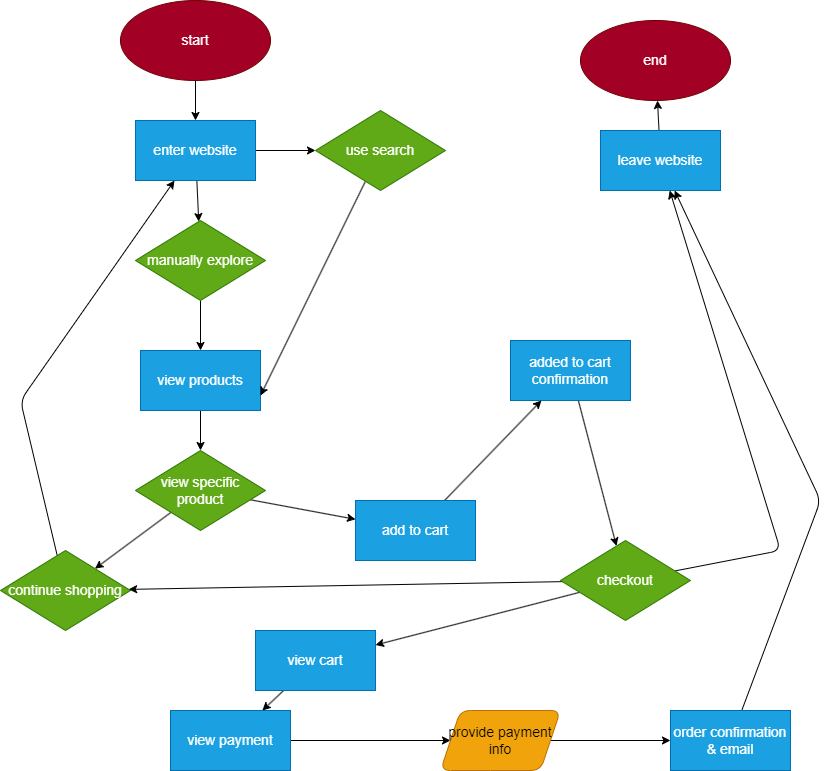
LiamMohler/sp24-cse110-lab4 keeps this draw.io diagram as explore/diagramming/diagram.drawio.png. Above is the earlier version. Source tidied: cells renumbered, new cells last; positions are measured from the earlier drawing's top-left corner, leaving out a move shared by most shapes. Source of this version:
```xml
<mxGraphModel>
  <root>
    <mxCell id="0" />
    <mxCell id="1" parent="0" />
    <mxCell id="2" style="edgeStyle=none;html=1;fontSize=14;" parent="1" edge="1" source="4" target="8">
      <mxGeometry relative="1" as="geometry" />
    </mxCell>
    <mxCell id="3" style="edgeStyle=none;html=1;fontSize=14;" parent="1" edge="1" source="4" target="12">
      <mxGeometry relative="1" as="geometry" />
    </mxCell>
    <mxCell id="4" value="enter website" style="whiteSpace=wrap;html=1;rounded=0;shadow=0;sketch=0;fontSize=14;fillColor=#1ba1e2;fontColor=#ffffff;strokeColor=#006EAF;" parent="1" vertex="1">
      <mxGeometry x="135" y="120" width="120" height="60" as="geometry" />
    </mxCell>
    <mxCell id="5" style="edgeStyle=none;html=1;fontSize=14;" parent="1" edge="1" source="6" target="4">
      <mxGeometry relative="1" as="geometry" />
    </mxCell>
    <mxCell id="6" value="start" style="ellipse;whiteSpace=wrap;html=1;rounded=0;shadow=0;sketch=0;fontSize=14;fillColor=#a20025;fontColor=#ffffff;strokeColor=#6F0000;" parent="1" vertex="1">
      <mxGeometry x="120" width="150" height="80" as="geometry" />
    </mxCell>
    <mxCell id="7" style="edgeStyle=none;html=1;fontSize=14;" parent="1" edge="1" source="8" target="10">
      <mxGeometry relative="1" as="geometry" />
    </mxCell>
    <mxCell id="8" value="manually explore" style="rhombus;whiteSpace=wrap;html=1;rounded=0;shadow=0;sketch=0;fontSize=14;fillColor=#60a917;fontColor=#ffffff;strokeColor=#2D7600;" parent="1" vertex="1">
      <mxGeometry x="135" y="220" width="130" height="80" as="geometry" />
    </mxCell>
    <mxCell id="9" style="edgeStyle=none;html=1;fontSize=14;" parent="1" edge="1" source="10" target="15">
      <mxGeometry relative="1" as="geometry" />
    </mxCell>
    <mxCell id="10" value="view products" style="whiteSpace=wrap;html=1;rounded=0;shadow=0;sketch=0;fontSize=14;fillColor=#1ba1e2;fontColor=#ffffff;strokeColor=#006EAF;" parent="1" vertex="1">
      <mxGeometry x="140" y="350" width="120" height="60" as="geometry" />
    </mxCell>
    <mxCell id="11" style="edgeStyle=none;html=1;entryX=1;entryY=0.75;entryDx=0;entryDy=0;fontSize=14;" parent="1" edge="1" source="12" target="10">
      <mxGeometry relative="1" as="geometry" />
    </mxCell>
    <mxCell id="12" value="use search" style="rhombus;whiteSpace=wrap;html=1;rounded=0;shadow=0;sketch=0;fontSize=14;fillColor=#60a917;fontColor=#ffffff;strokeColor=#2D7600;" parent="1" vertex="1">
      <mxGeometry x="315" y="110" width="130" height="80" as="geometry" />
    </mxCell>
    <mxCell id="13" style="edgeStyle=none;html=1;fontSize=14;" parent="1" edge="1" source="15" target="17">
      <mxGeometry relative="1" as="geometry" />
    </mxCell>
    <mxCell id="14" style="edgeStyle=none;html=1;fontSize=14;" parent="1" edge="1" source="15" target="34">
      <mxGeometry relative="1" as="geometry" />
    </mxCell>
    <mxCell id="15" value="view specific product" style="rhombus;whiteSpace=wrap;html=1;rounded=0;shadow=0;sketch=0;fontSize=14;fillColor=#60a917;fontColor=#ffffff;strokeColor=#2D7600;" parent="1" vertex="1">
      <mxGeometry x="135" y="450" width="130" height="80" as="geometry" />
    </mxCell>
    <mxCell id="16" style="edgeStyle=none;html=1;fontSize=14;" parent="1" edge="1" source="17" target="4">
      <mxGeometry relative="1" as="geometry">
        <Array as="points">
          <mxPoint x="20" y="400" />
        </Array>
      </mxGeometry>
    </mxCell>
    <mxCell id="17" value="continue shopping" style="rhombus;whiteSpace=wrap;html=1;rounded=0;shadow=0;sketch=0;fontSize=14;fillColor=#60a917;fontColor=#ffffff;strokeColor=#2D7600;" parent="1" vertex="1">
      <mxGeometry y="550" width="130" height="80" as="geometry" />
    </mxCell>
    <mxCell id="18" style="edgeStyle=none;html=1;fontSize=14;" parent="1" edge="1" source="19" target="21">
      <mxGeometry relative="1" as="geometry" />
    </mxCell>
    <mxCell id="19" value="view payment" style="whiteSpace=wrap;html=1;rounded=0;shadow=0;sketch=0;fontSize=14;fillColor=#1ba1e2;fontColor=#ffffff;strokeColor=#006EAF;" parent="1" vertex="1">
      <mxGeometry x="170" y="710" width="120" height="60" as="geometry" />
    </mxCell>
    <mxCell id="20" style="edgeStyle=none;html=1;fontSize=14;" parent="1" edge="1" source="21" target="30">
      <mxGeometry relative="1" as="geometry" />
    </mxCell>
    <mxCell id="21" value="provide payment info" style="shape=parallelogram;perimeter=parallelogramPerimeter;whiteSpace=wrap;html=1;fixedSize=1;rounded=1;shadow=0;sketch=0;fontSize=14;fillColor=#f0a30a;fontColor=#000000;strokeColor=#BD7000;" parent="1" vertex="1">
      <mxGeometry x="440" y="710" width="120" height="60" as="geometry" />
    </mxCell>
    <mxCell id="22" style="edgeStyle=none;html=1;fontSize=14;" parent="1" edge="1" source="23" target="24">
      <mxGeometry relative="1" as="geometry" />
    </mxCell>
    <mxCell id="23" value="leave website" style="whiteSpace=wrap;html=1;rounded=0;shadow=0;sketch=0;fontSize=14;fillColor=#1ba1e2;fontColor=#ffffff;strokeColor=#006EAF;" parent="1" vertex="1">
      <mxGeometry x="600" y="130" width="120" height="60" as="geometry" />
    </mxCell>
    <mxCell id="24" value="end" style="ellipse;whiteSpace=wrap;html=1;rounded=0;shadow=0;sketch=0;fontSize=14;fillColor=#a20025;fontColor=#ffffff;strokeColor=#6F0000;" parent="1" vertex="1">
      <mxGeometry x="580" y="20" width="150" height="80" as="geometry" />
    </mxCell>
    <mxCell id="25" style="edgeStyle=none;html=1;fontSize=14;" parent="1" edge="1" source="28" target="23">
      <mxGeometry relative="1" as="geometry">
        <Array as="points">
          <mxPoint x="780" y="550" />
        </Array>
      </mxGeometry>
    </mxCell>
    <mxCell id="26" style="edgeStyle=none;html=1;fontSize=14;" parent="1" edge="1" source="28" target="17">
      <mxGeometry relative="1" as="geometry" />
    </mxCell>
    <mxCell id="27" style="edgeStyle=none;html=1;fontSize=14;" parent="1" edge="1" source="28" target="36">
      <mxGeometry relative="1" as="geometry" />
    </mxCell>
    <mxCell id="28" value="checkout" style="rhombus;whiteSpace=wrap;html=1;rounded=0;shadow=0;sketch=0;fontSize=14;fillColor=#60a917;fontColor=#ffffff;strokeColor=#2D7600;" parent="1" vertex="1">
      <mxGeometry x="560" y="540" width="130" height="80" as="geometry" />
    </mxCell>
    <mxCell id="29" style="edgeStyle=none;html=1;fontSize=14;" parent="1" edge="1" source="30" target="23">
      <mxGeometry relative="1" as="geometry">
        <Array as="points">
          <mxPoint x="820" y="500" />
        </Array>
      </mxGeometry>
    </mxCell>
    <mxCell id="30" value="order confirmation &amp;amp; email" style="whiteSpace=wrap;html=1;rounded=0;shadow=0;sketch=0;fontSize=14;fillColor=#1ba1e2;fontColor=#ffffff;strokeColor=#006EAF;" parent="1" vertex="1">
      <mxGeometry x="670" y="710" width="120" height="60" as="geometry" />
    </mxCell>
    <mxCell id="31" style="edgeStyle=none;html=1;fontSize=14;" parent="1" edge="1" source="32" target="28">
      <mxGeometry relative="1" as="geometry" />
    </mxCell>
    <mxCell id="32" value="added to cart confirmation" style="whiteSpace=wrap;html=1;rounded=0;shadow=0;sketch=0;fontSize=14;fillColor=#1ba1e2;fontColor=#ffffff;strokeColor=#006EAF;" parent="1" vertex="1">
      <mxGeometry x="510" y="340" width="120" height="60" as="geometry" />
    </mxCell>
    <mxCell id="33" style="edgeStyle=none;html=1;fontSize=14;" parent="1" edge="1" source="34" target="32">
      <mxGeometry relative="1" as="geometry" />
    </mxCell>
    <mxCell id="34" value="add to cart" style="whiteSpace=wrap;html=1;rounded=0;shadow=0;sketch=0;fontSize=14;fillColor=#1ba1e2;fontColor=#ffffff;strokeColor=#006EAF;" parent="1" vertex="1">
      <mxGeometry x="355" y="500" width="120" height="60" as="geometry" />
    </mxCell>
    <mxCell id="35" style="edgeStyle=none;html=1;fontSize=14;" parent="1" edge="1" source="36" target="19">
      <mxGeometry relative="1" as="geometry" />
    </mxCell>
    <mxCell id="36" value="view cart" style="whiteSpace=wrap;html=1;rounded=0;shadow=0;sketch=0;fontSize=14;fillColor=#1ba1e2;fontColor=#ffffff;strokeColor=#006EAF;" parent="1" vertex="1">
      <mxGeometry x="255" y="630" width="120" height="60" as="geometry" />
    </mxCell>
  </root>
</mxGraphModel>
```
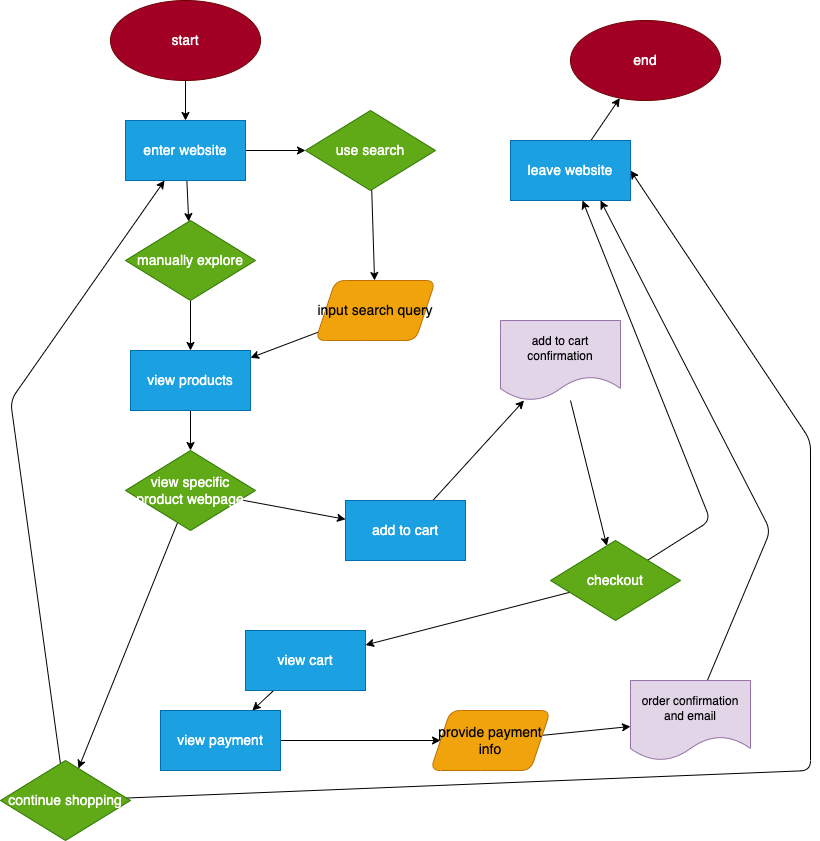
Above is the later version.

What changed in the source:
```diff
@@ -29,9 +29,9 @@
     <mxCell id="10" value="view products" style="whiteSpace=wrap;html=1;rounded=0;shadow=0;sketch=0;fontSize=14;fillColor=#1ba1e2;fontColor=#ffffff;strokeColor=#006EAF;" parent="1" vertex="1">
       <mxGeometry x="140" y="350" width="120" height="60" as="geometry" />
     </mxCell>
-    <mxCell id="11" style="edgeStyle=none;html=1;entryX=1;entryY=0.75;entryDx=0;entryDy=0;fontSize=14;" parent="1" edge="1" source="12" target="10">
-      <mxGeometry relative="1" as="geometry" />
-    </mxCell>
+    <mxCell id="37" style="edgeStyle=none;html=1;" parent="1" edge="1" source="12" target="42">
+      <mxGeometry relative="1" as="geometry" />
+    </mxCell>
     <mxCell id="12" value="use search" style="rhombus;whiteSpace=wrap;html=1;rounded=0;shadow=0;sketch=0;fontSize=14;fillColor=#60a917;fontColor=#ffffff;strokeColor=#2D7600;" parent="1" vertex="1">
       <mxGeometry x="315" y="110" width="130" height="80" as="geometry" />
     </mxCell>
@@ -41,7 +41,7 @@
     <mxCell id="14" style="edgeStyle=none;html=1;fontSize=14;" parent="1" edge="1" source="15" target="34">
       <mxGeometry relative="1" as="geometry" />
     </mxCell>
-    <mxCell id="15" value="view specific product" style="rhombus;whiteSpace=wrap;html=1;rounded=0;shadow=0;sketch=0;fontSize=14;fillColor=#60a917;fontColor=#ffffff;strokeColor=#2D7600;" parent="1" vertex="1">
+    <mxCell id="15" value="view specific product webpage" style="rhombus;whiteSpace=wrap;html=1;rounded=0;shadow=0;sketch=0;fontSize=14;fillColor=#60a917;fontColor=#ffffff;strokeColor=#2D7600;" parent="1" vertex="1">
       <mxGeometry x="135" y="450" width="130" height="80" as="geometry" />
     </mxCell>
     <mxCell id="16" style="edgeStyle=none;html=1;fontSize=14;" parent="1" edge="1" source="17" target="4">
@@ -51,8 +51,16 @@
         </Array>
       </mxGeometry>
     </mxCell>
+    <mxCell id="38" style="edgeStyle=none;html=1;entryX=1;entryY=0.5;entryDx=0;entryDy=0;" parent="1" edge="1" source="17" target="23">
+      <mxGeometry relative="1" as="geometry">
+        <Array as="points">
+          <mxPoint x="820" y="770" />
+          <mxPoint x="820" y="440" />
+        </Array>
+      </mxGeometry>
+    </mxCell>
     <mxCell id="17" value="continue shopping" style="rhombus;whiteSpace=wrap;html=1;rounded=0;shadow=0;sketch=0;fontSize=14;fillColor=#60a917;fontColor=#ffffff;strokeColor=#2D7600;" parent="1" vertex="1">
-      <mxGeometry y="550" width="130" height="80" as="geometry" />
+      <mxGeometry x="10" y="760" width="130" height="80" as="geometry" />
     </mxCell>
     <mxCell id="18" style="edgeStyle=none;html=1;fontSize=14;" parent="1" edge="1" source="19" target="21">
       <mxGeometry relative="1" as="geometry" />
@@ -60,9 +68,9 @@
     <mxCell id="19" value="view payment" style="whiteSpace=wrap;html=1;rounded=0;shadow=0;sketch=0;fontSize=14;fillColor=#1ba1e2;fontColor=#ffffff;strokeColor=#006EAF;" parent="1" vertex="1">
       <mxGeometry x="170" y="710" width="120" height="60" as="geometry" />
     </mxCell>
-    <mxCell id="20" style="edgeStyle=none;html=1;fontSize=14;" parent="1" edge="1" source="21" target="30">
-      <mxGeometry relative="1" as="geometry" />
-    </mxCell>
+    <mxCell id="39" style="edgeStyle=none;html=1;" parent="1" edge="1" source="21" target="46">
+      <mxGeometry relative="1" as="geometry" />
+    </mxCell>
     <mxCell id="21" value="provide payment info" style="shape=parallelogram;perimeter=parallelogramPerimeter;whiteSpace=wrap;html=1;fixedSize=1;rounded=1;shadow=0;sketch=0;fontSize=14;fillColor=#f0a30a;fontColor=#000000;strokeColor=#BD7000;" parent="1" vertex="1">
       <mxGeometry x="440" y="710" width="120" height="60" as="geometry" />
     </mxCell>
@@ -70,7 +78,7 @@
       <mxGeometry relative="1" as="geometry" />
     </mxCell>
     <mxCell id="23" value="leave website" style="whiteSpace=wrap;html=1;rounded=0;shadow=0;sketch=0;fontSize=14;fillColor=#1ba1e2;fontColor=#ffffff;strokeColor=#006EAF;" parent="1" vertex="1">
-      <mxGeometry x="600" y="130" width="120" height="60" as="geometry" />
+      <mxGeometry x="520" y="140" width="120" height="60" as="geometry" />
     </mxCell>
     <mxCell id="24" value="end" style="ellipse;whiteSpace=wrap;html=1;rounded=0;shadow=0;sketch=0;fontSize=14;fillColor=#a20025;fontColor=#ffffff;strokeColor=#6F0000;" parent="1" vertex="1">
       <mxGeometry x="580" y="20" width="150" height="80" as="geometry" />
@@ -78,38 +86,19 @@
     <mxCell id="25" style="edgeStyle=none;html=1;fontSize=14;" parent="1" edge="1" source="28" target="23">
       <mxGeometry relative="1" as="geometry">
         <Array as="points">
-          <mxPoint x="780" y="550" />
+          <mxPoint x="720" y="520" />
         </Array>
       </mxGeometry>
     </mxCell>
-    <mxCell id="26" style="edgeStyle=none;html=1;fontSize=14;" parent="1" edge="1" source="28" target="17">
-      <mxGeometry relative="1" as="geometry" />
-    </mxCell>
     <mxCell id="27" style="edgeStyle=none;html=1;fontSize=14;" parent="1" edge="1" source="28" target="36">
       <mxGeometry relative="1" as="geometry" />
     </mxCell>
     <mxCell id="28" value="checkout" style="rhombus;whiteSpace=wrap;html=1;rounded=0;shadow=0;sketch=0;fontSize=14;fillColor=#60a917;fontColor=#ffffff;strokeColor=#2D7600;" parent="1" vertex="1">
       <mxGeometry x="560" y="540" width="130" height="80" as="geometry" />
     </mxCell>
-    <mxCell id="29" style="edgeStyle=none;html=1;fontSize=14;" parent="1" edge="1" source="30" target="23">
-      <mxGeometry relative="1" as="geometry">
-        <Array as="points">
-          <mxPoint x="820" y="500" />
-        </Array>
-      </mxGeometry>
-    </mxCell>
-    <mxCell id="30" value="order confirmation &amp;amp; email" style="whiteSpace=wrap;html=1;rounded=0;shadow=0;sketch=0;fontSize=14;fillColor=#1ba1e2;fontColor=#ffffff;strokeColor=#006EAF;" parent="1" vertex="1">
-      <mxGeometry x="670" y="710" width="120" height="60" as="geometry" />
-    </mxCell>
-    <mxCell id="31" style="edgeStyle=none;html=1;fontSize=14;" parent="1" edge="1" source="32" target="28">
-      <mxGeometry relative="1" as="geometry" />
-    </mxCell>
-    <mxCell id="32" value="added to cart confirmation" style="whiteSpace=wrap;html=1;rounded=0;shadow=0;sketch=0;fontSize=14;fillColor=#1ba1e2;fontColor=#ffffff;strokeColor=#006EAF;" parent="1" vertex="1">
-      <mxGeometry x="510" y="340" width="120" height="60" as="geometry" />
-    </mxCell>
-    <mxCell id="33" style="edgeStyle=none;html=1;fontSize=14;" parent="1" edge="1" source="34" target="32">
-      <mxGeometry relative="1" as="geometry" />
-    </mxCell>
+    <mxCell id="40" style="edgeStyle=none;html=1;" parent="1" edge="1" source="34" target="44">
+      <mxGeometry relative="1" as="geometry" />
+    </mxCell>
     <mxCell id="34" value="add to cart" style="whiteSpace=wrap;html=1;rounded=0;shadow=0;sketch=0;fontSize=14;fillColor=#1ba1e2;fontColor=#ffffff;strokeColor=#006EAF;" parent="1" vertex="1">
       <mxGeometry x="355" y="500" width="120" height="60" as="geometry" />
     </mxCell>
@@ -119,5 +108,27 @@
     <mxCell id="36" value="view cart" style="whiteSpace=wrap;html=1;rounded=0;shadow=0;sketch=0;fontSize=14;fillColor=#1ba1e2;fontColor=#ffffff;strokeColor=#006EAF;" parent="1" vertex="1">
       <mxGeometry x="255" y="630" width="120" height="60" as="geometry" />
     </mxCell>
+    <mxCell id="41" style="edgeStyle=none;html=1;" parent="1" edge="1" source="42" target="10">
+      <mxGeometry relative="1" as="geometry" />
+    </mxCell>
+    <mxCell id="42" value="input search query" style="shape=parallelogram;perimeter=parallelogramPerimeter;whiteSpace=wrap;html=1;fixedSize=1;rounded=1;shadow=0;sketch=0;fontSize=14;fillColor=#f0a30a;fontColor=#000000;strokeColor=#BD7000;" parent="1" vertex="1">
+      <mxGeometry x="325" y="280" width="120" height="60" as="geometry" />
+    </mxCell>
+    <mxCell id="43" style="edgeStyle=none;html=1;" parent="1" edge="1" source="44" target="28">
+      <mxGeometry relative="1" as="geometry" />
+    </mxCell>
+    <mxCell id="44" value="add to cart confirmation" style="shape=document;whiteSpace=wrap;html=1;boundedLbl=1;fillColor=#e1d5e7;strokeColor=#9673a6;" parent="1" vertex="1">
+      <mxGeometry x="510" y="320" width="120" height="80" as="geometry" />
+    </mxCell>
+    <mxCell id="45" style="edgeStyle=none;html=1;entryX=0.75;entryY=1;entryDx=0;entryDy=0;" parent="1" edge="1" source="46" target="23">
+      <mxGeometry relative="1" as="geometry">
+        <Array as="points">
+          <mxPoint x="780" y="530" />
+        </Array>
+      </mxGeometry>
+    </mxCell>
+    <mxCell id="46" value="order confirmation and email" style="shape=document;whiteSpace=wrap;html=1;boundedLbl=1;fillColor=#e1d5e7;strokeColor=#9673a6;" parent="1" vertex="1">
+      <mxGeometry x="640" y="680" width="120" height="80" as="geometry" />
+    </mxCell>
   </root>
 </mxGraphModel>
```
